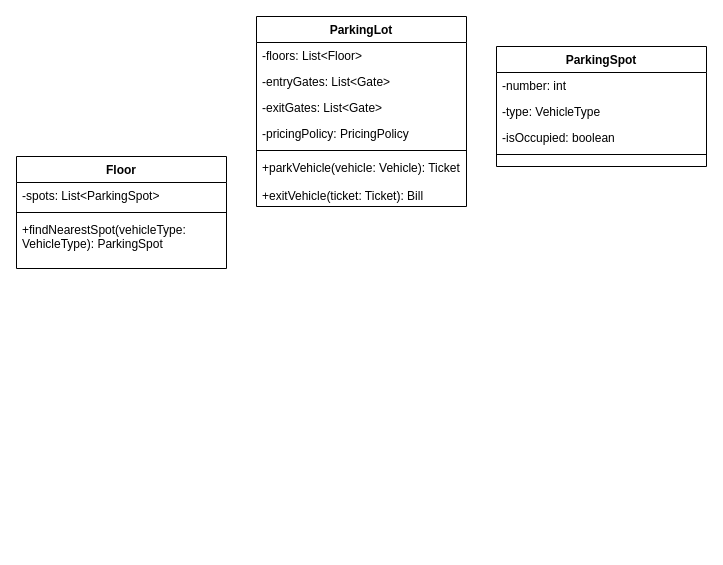
Earlier version of the draw.io diagram Parkinglot-Class-diagram.drawio (geeky-sanjay/class-diagrams). Source tidied: cells renumbered, new cells numbered last; positions are measured from the earlier drawing's top-left corner, leaving out a move shared by most shapes. Both pictures are drawn from the tidied source at 100%, with x=0, y=0 at pixel (16, 16).
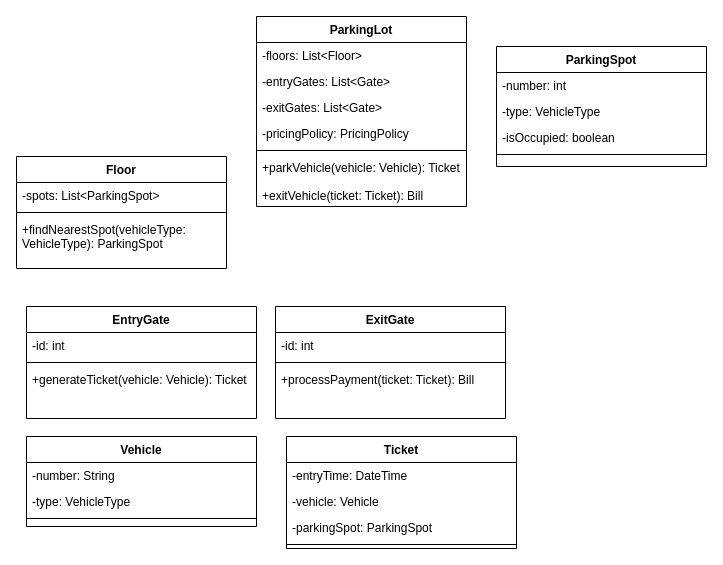
The same diagram, later.

The edit, as a diff of the source:
```diff
@@
+    <mxCell id="18" value="EntryGate" style="swimlane;fontStyle=1;align=center;verticalAlign=top;horizontal=1;startSize=26;rounded=0;shadow=0;strokeWidth=1;" parent="1" vertex="1">
+      <mxGeometry x="10" y="290" width="230" height="112" as="geometry" />
+    </mxCell>
+    <mxCell id="19" value="-id: int  &#10;" style="text;align=left;verticalAlign=top;spacingLeft=4;spacingRight=4;overflow=hidden;" parent="18" vertex="1">
+      <mxGeometry y="26" width="230" height="26" as="geometry" />
+    </mxCell>
+    <mxCell id="20" style="line;html=1;strokeWidth=1;align=left;verticalAlign=middle;spacingTop=-1;spacingLeft=3;spacingRight=3;labelPosition=right;" parent="18" vertex="1">
+      <mxGeometry y="52" width="230" height="8" as="geometry" />
+    </mxCell>
+    <mxCell id="21" value="+generateTicket(vehicle: Vehicle): Ticket" style="text;align=left;verticalAlign=top;spacingLeft=4;spacingRight=4;overflow=hidden;" parent="18" vertex="1">
+      <mxGeometry y="60" width="230" height="52" as="geometry" />
+    </mxCell>
+    <mxCell id="22" value="ExitGate" style="swimlane;fontStyle=1;align=center;verticalAlign=top;horizontal=1;startSize=26;rounded=0;shadow=0;strokeWidth=1;" parent="1" vertex="1">
+      <mxGeometry x="259" y="290" width="230" height="112" as="geometry" />
+    </mxCell>
+    <mxCell id="23" value="-id: int  &#10;" style="text;align=left;verticalAlign=top;spacingLeft=4;spacingRight=4;overflow=hidden;" parent="22" vertex="1">
+      <mxGeometry y="26" width="230" height="26" as="geometry" />
+    </mxCell>
+    <mxCell id="24" style="line;html=1;strokeWidth=1;align=left;verticalAlign=middle;spacingTop=-1;spacingLeft=3;spacingRight=3;labelPosition=right;" parent="22" vertex="1">
+      <mxGeometry y="52" width="230" height="8" as="geometry" />
+    </mxCell>
+    <mxCell id="25" value="+processPayment(ticket: Ticket): Bill " style="text;align=left;verticalAlign=top;spacingLeft=4;spacingRight=4;overflow=hidden;" parent="22" vertex="1">
+      <mxGeometry y="60" width="230" height="52" as="geometry" />
+    </mxCell>
+    <mxCell id="26" value="Vehicle" style="swimlane;fontStyle=1;align=center;verticalAlign=top;horizontal=1;startSize=26;rounded=0;shadow=0;strokeWidth=1;" parent="1" vertex="1">
+      <mxGeometry x="10" y="420" width="230" height="90" as="geometry" />
+    </mxCell>
+    <mxCell id="27" value="-number: String  &#10;" style="text;align=left;verticalAlign=top;spacingLeft=4;spacingRight=4;overflow=hidden;" parent="26" vertex="1">
+      <mxGeometry y="26" width="230" height="26" as="geometry" />
+    </mxCell>
+    <mxCell id="28" value="-type: VehicleType &#10;" style="text;align=left;verticalAlign=top;spacingLeft=4;spacingRight=4;overflow=hidden;" parent="26" vertex="1">
+      <mxGeometry y="52" width="230" height="26" as="geometry" />
+    </mxCell>
+    <mxCell id="29" style="line;html=1;strokeWidth=1;align=left;verticalAlign=middle;spacingTop=-1;spacingLeft=3;spacingRight=3;labelPosition=right;" parent="26" vertex="1">
+      <mxGeometry y="78" width="230" height="8" as="geometry" />
+    </mxCell>
+    <mxCell id="30" value="Ticket" style="swimlane;fontStyle=1;align=center;verticalAlign=top;horizontal=1;startSize=26;rounded=0;shadow=0;strokeWidth=1;" parent="1" vertex="1">
+      <mxGeometry x="270" y="420" width="230" height="112" as="geometry" />
+    </mxCell>
+    <mxCell id="31" value="-entryTime: DateTime&#10;" style="text;align=left;verticalAlign=top;spacingLeft=4;spacingRight=4;overflow=hidden;" parent="30" vertex="1">
+      <mxGeometry y="26" width="230" height="26" as="geometry" />
+    </mxCell>
+    <mxCell id="32" value="-vehicle: Vehicle  &#10;" style="text;align=left;verticalAlign=top;spacingLeft=4;spacingRight=4;overflow=hidden;" parent="30" vertex="1">
+      <mxGeometry y="52" width="230" height="26" as="geometry" />
+    </mxCell>
+    <mxCell id="33" value="-parkingSpot: ParkingSpot&#10;" style="text;align=left;verticalAlign=top;spacingLeft=4;spacingRight=4;overflow=hidden;" parent="30" vertex="1">
+      <mxGeometry y="78" width="230" height="26" as="geometry" />
+    </mxCell>
+    <mxCell id="34" style="line;html=1;strokeWidth=1;align=left;verticalAlign=middle;spacingTop=-1;spacingLeft=3;spacingRight=3;labelPosition=right;" parent="30" vertex="1">
+      <mxGeometry y="104" width="230" height="8" as="geometry" />
+    </mxCell>
```
